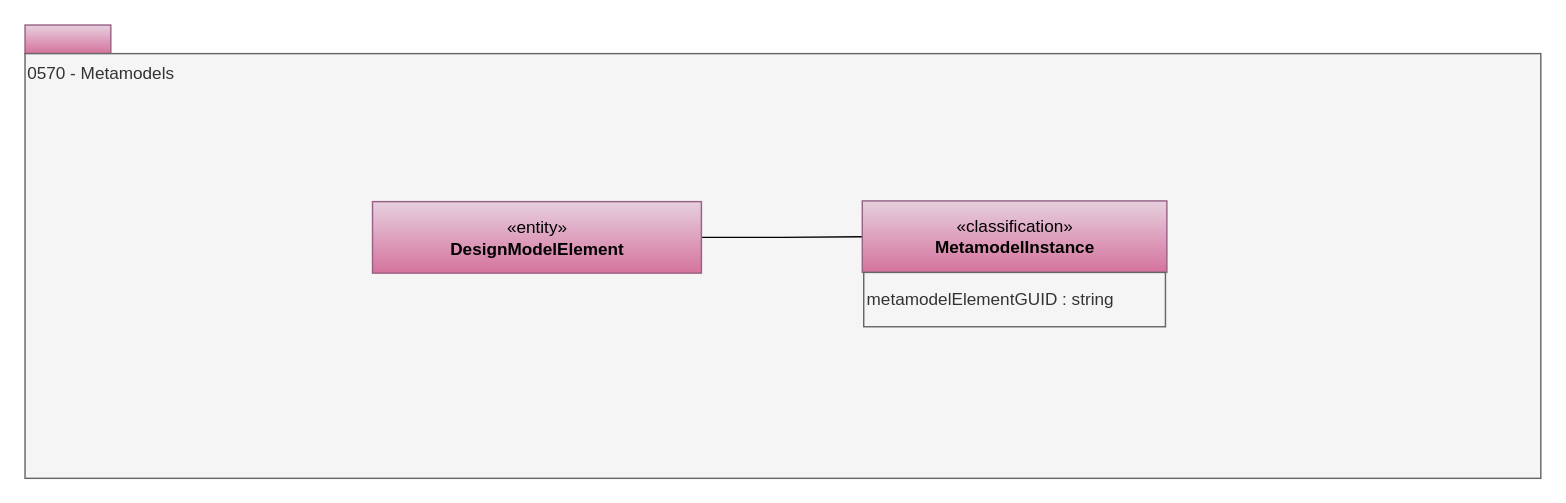
Before: page "0570-Metamodels" (28 of 32) of site/docs/types/5/area-5-models-and-schema.drawio in odpi/egeria-docs, a draw.io diagram. Source tidied: cells renumbered, new cells numbered last; positions are measured from the earlier drawing's top-left corner, leaving out a move shared by most shapes. Both pictures are drawn from the tidied source at 143%, with x=0, y=0 at pixel (24, 24).
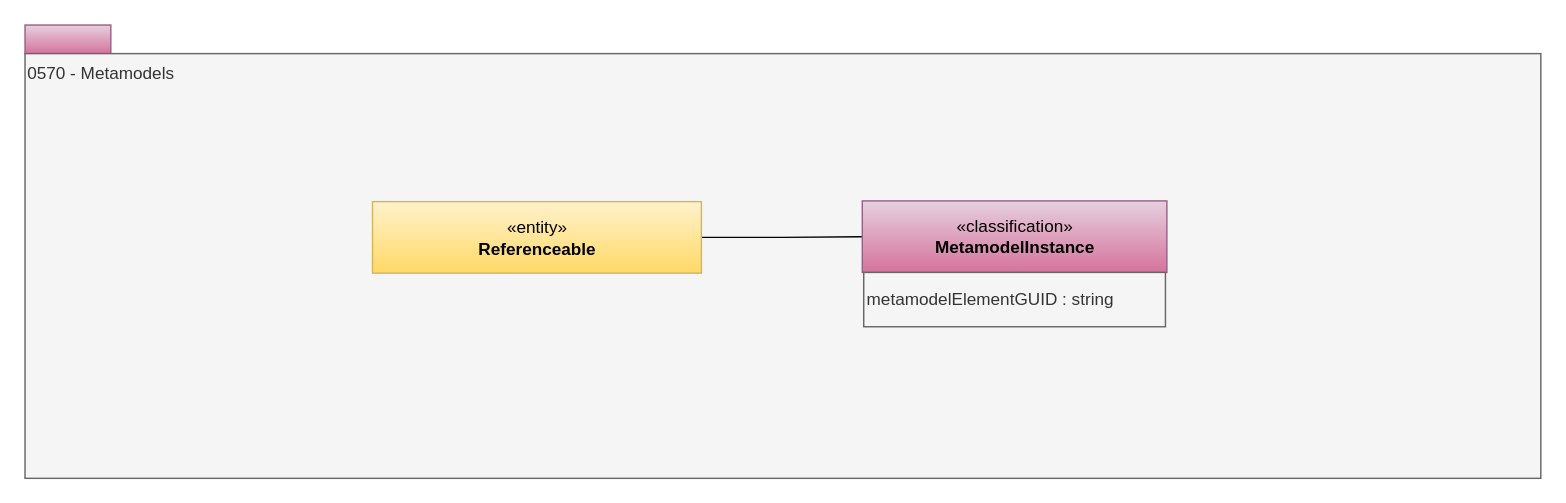
Above is the later version.

The edit, as a diff of the source:
```diff
@@
 <mxGraphModel>
   <root>
     <mxCell id="0" />
     <mxCell id="1" parent="0" />
     <mxCell id="2" style="rounded=0;whiteSpace=wrap;html=1;align=left;fillColor=#e6d0de;strokeColor=#996185;gradientColor=#d5739d;" parent="1" vertex="1">
       <mxGeometry width="60" height="20" as="geometry" />
     </mxCell>
     <mxCell id="3" value="0570 - Metamodels" style="rounded=0;whiteSpace=wrap;html=1;align=left;verticalAlign=top;fillColor=#f5f5f5;fontColor=#333333;strokeColor=#666666;" parent="1" vertex="1">
       <mxGeometry y="20" width="1060" height="297" as="geometry" />
     </mxCell>
     <mxCell id="4" style="edgeStyle=orthogonalEdgeStyle;rounded=0;jettySize=auto;html=1;exitX=1;exitY=0.5;exitDx=0;exitDy=0;entryX=0;entryY=0.5;entryDx=0;entryDy=0;endArrow=none;endFill=0;" parent="1" edge="1" source="5" target="6">
       <mxGeometry relative="1" as="geometry" />
     </mxCell>
-    <mxCell id="5" value="«entity»&lt;br&gt;&lt;b&gt;DesignModelElement&lt;/b&gt;" style="html=1;strokeColor=#996185;align=center;fillColor=#e6d0de;gradientColor=#d5739d;" parent="1" vertex="1">
+    <mxCell id="5" value="«entity»&lt;br&gt;&lt;b&gt;Referenceable&lt;/b&gt;" style="html=1;strokeColor=#d6b656;align=center;fillColor=#fff2cc;gradientColor=#ffd966;" parent="1" vertex="1">
       <mxGeometry x="243" y="123.5" width="230" height="50" as="geometry" />
     </mxCell>
     <mxCell id="6" value="«classification»&lt;br&gt;&lt;b&gt;MetamodelInstance&lt;/b&gt;" style="html=1;strokeColor=#996185;align=center;fillColor=#e6d0de;gradientColor=#d5739d;" parent="1" vertex="1">
       <mxGeometry x="585.5" y="123" width="213" height="50" as="geometry" />
     </mxCell>
     <mxCell id="7" value="metamodelElementGUID : string&lt;span&gt;&lt;br&gt;&lt;/span&gt;" style="rounded=0;whiteSpace=wrap;html=1;strokeColor=#666666;align=left;fillColor=#f5f5f5;fontColor=#333333;" parent="1" vertex="1">
       <mxGeometry x="586.5" y="173" width="211" height="38" as="geometry" />
     </mxCell>
   </root>
 </mxGraphModel>
```
